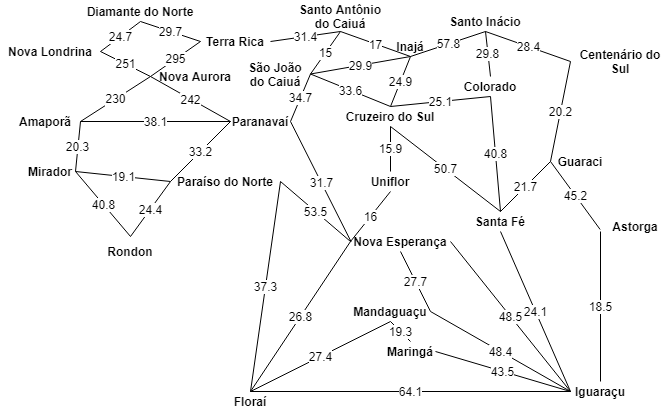
Before: Sistemas Inteligentes/Buscas heurísticas/map_weight.png, a diagram exported from draw.io (keikomori/CP-UTFPR). Source tidied: cells renumbered, new cells last; positions are measured from the earlier drawing's top-left corner, leaving out a move shared by most shapes.
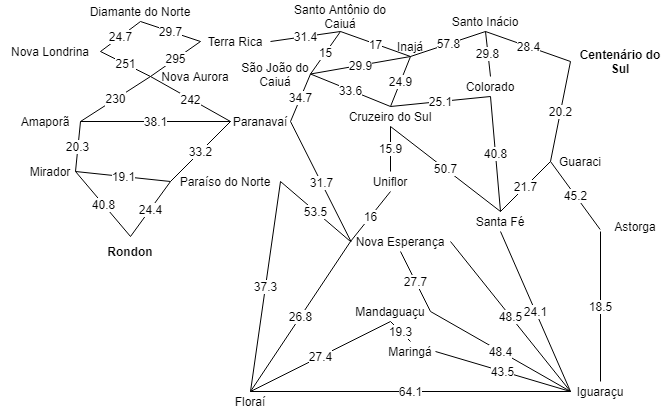
After the commit.

The edit, as a diff of the source:
```diff
@@ -2,79 +2,79 @@
   <root>
     <mxCell id="0" />
     <mxCell id="1" parent="0" />
-    <mxCell id="2" value="Diamante do Norte" style="text;html=1;strokeColor=none;fillColor=none;align=center;verticalAlign=middle;whiteSpace=wrap;rounded=0;strokeWidth=3;fontStyle=1;fontSize=12;" parent="1" vertex="1">
+    <mxCell id="2" value="Diamante do Norte" style="text;html=1;strokeColor=none;fillColor=none;align=center;verticalAlign=middle;whiteSpace=wrap;rounded=0;strokeWidth=3;fontStyle=0;fontSize=12;" parent="1" vertex="1">
       <mxGeometry x="80" width="120" height="20" as="geometry" />
     </mxCell>
-    <mxCell id="3" value="Nova Londrina" style="text;html=1;strokeColor=none;fillColor=none;align=center;verticalAlign=middle;whiteSpace=wrap;rounded=0;fontSize=12;fontStyle=1;" parent="1" vertex="1">
+    <mxCell id="3" value="Nova Londrina" style="text;html=1;strokeColor=none;fillColor=none;align=center;verticalAlign=middle;whiteSpace=wrap;rounded=0;fontSize=12;fontStyle=0;" parent="1" vertex="1">
       <mxGeometry y="40" width="100" height="20" as="geometry" />
     </mxCell>
-    <mxCell id="4" value="Terra Rica" style="text;html=1;strokeColor=none;fillColor=none;align=center;verticalAlign=middle;whiteSpace=wrap;rounded=0;fontSize=12;fontStyle=1;" parent="1" vertex="1">
+    <mxCell id="4" value="Terra Rica" style="text;html=1;strokeColor=none;fillColor=none;align=center;verticalAlign=middle;whiteSpace=wrap;rounded=0;fontSize=12;fontStyle=0;" parent="1" vertex="1">
       <mxGeometry x="200" y="30" width="70" height="20" as="geometry" />
     </mxCell>
-    <mxCell id="5" value="Nova Aurora" style="text;html=1;strokeColor=none;fillColor=none;align=center;verticalAlign=middle;whiteSpace=wrap;rounded=0;fontSize=12;fontStyle=1;" parent="1" vertex="1">
+    <mxCell id="5" value="Nova Aurora" style="text;html=1;strokeColor=none;fillColor=none;align=center;verticalAlign=middle;whiteSpace=wrap;rounded=0;fontSize=12;fontStyle=0;" parent="1" vertex="1">
       <mxGeometry x="150" y="65" width="90" height="20" as="geometry" />
     </mxCell>
-    <mxCell id="6" value="Amaporã" style="text;html=1;strokeColor=none;fillColor=none;align=center;verticalAlign=middle;whiteSpace=wrap;rounded=0;fontSize=12;fontStyle=1;" parent="1" vertex="1">
+    <mxCell id="6" value="Amaporã" style="text;html=1;strokeColor=none;fillColor=none;align=center;verticalAlign=middle;whiteSpace=wrap;rounded=0;fontSize=12;fontStyle=0;" parent="1" vertex="1">
       <mxGeometry x="10" y="110" width="70" height="20" as="geometry" />
     </mxCell>
-    <mxCell id="7" value="Mirador" style="text;html=1;strokeColor=none;fillColor=none;align=center;verticalAlign=middle;whiteSpace=wrap;rounded=0;fontSize=12;fontStyle=1;" parent="1" vertex="1">
+    <mxCell id="7" value="Mirador" style="text;html=1;strokeColor=none;fillColor=none;align=center;verticalAlign=middle;whiteSpace=wrap;rounded=0;fontSize=12;fontStyle=0;" parent="1" vertex="1">
       <mxGeometry x="25" y="160" width="50" height="20" as="geometry" />
     </mxCell>
     <mxCell id="8" value="Rondon" style="text;html=1;align=center;verticalAlign=middle;whiteSpace=wrap;rounded=0;fontSize=12;fontStyle=1;strokeWidth=3;" parent="1" vertex="1">
       <mxGeometry x="80" y="235" width="100" height="30" as="geometry" />
     </mxCell>
-    <mxCell id="9" value="Paraíso do Norte" style="text;html=1;strokeColor=none;fillColor=none;align=center;verticalAlign=middle;whiteSpace=wrap;rounded=0;fontSize=12;fontStyle=1;" parent="1" vertex="1">
+    <mxCell id="9" value="Paraíso do Norte" style="text;html=1;strokeColor=none;fillColor=none;align=center;verticalAlign=middle;whiteSpace=wrap;rounded=0;fontSize=12;fontStyle=0;" parent="1" vertex="1">
       <mxGeometry x="170" y="170" width="110" height="20" as="geometry" />
     </mxCell>
-    <mxCell id="10" value="Paranavaí" style="text;html=1;strokeColor=none;fillColor=none;align=center;verticalAlign=middle;whiteSpace=wrap;rounded=0;fontSize=12;fontStyle=1;" parent="1" vertex="1">
+    <mxCell id="10" value="Paranavaí" style="text;html=1;strokeColor=none;fillColor=none;align=center;verticalAlign=middle;whiteSpace=wrap;rounded=0;fontSize=12;fontStyle=0;" parent="1" vertex="1">
       <mxGeometry x="230" y="110" width="60" height="20" as="geometry" />
     </mxCell>
-    <mxCell id="11" value="São João do Caiuá" style="text;html=1;strokeColor=none;fillColor=none;align=center;verticalAlign=middle;whiteSpace=wrap;rounded=0;fontSize=12;fontStyle=1;" parent="1" vertex="1">
+    <mxCell id="11" value="São João do Caiuá" style="text;html=1;strokeColor=none;fillColor=none;align=center;verticalAlign=middle;whiteSpace=wrap;rounded=0;fontSize=12;fontStyle=0;" parent="1" vertex="1">
       <mxGeometry x="240" y="55" width="70" height="35" as="geometry" />
     </mxCell>
-    <mxCell id="12" value="Santo Antônio do Caiuá" style="text;html=1;strokeColor=none;fillColor=none;align=center;verticalAlign=middle;whiteSpace=wrap;rounded=0;fontSize=12;fontStyle=1;" parent="1" vertex="1">
+    <mxCell id="12" value="Santo Antônio do Caiuá" style="text;html=1;strokeColor=none;fillColor=none;align=center;verticalAlign=middle;whiteSpace=wrap;rounded=0;fontSize=12;fontStyle=0;" parent="1" vertex="1">
       <mxGeometry x="290" width="100" height="30" as="geometry" />
     </mxCell>
-    <mxCell id="13" value="Inajá" style="text;html=1;strokeColor=none;fillColor=none;align=center;verticalAlign=middle;whiteSpace=wrap;rounded=0;fontSize=12;fontStyle=1;" parent="1" vertex="1">
+    <mxCell id="13" value="Inajá" style="text;html=1;strokeColor=none;fillColor=none;align=center;verticalAlign=middle;whiteSpace=wrap;rounded=0;fontSize=12;fontStyle=0;" parent="1" vertex="1">
       <mxGeometry x="390" y="35" width="40" height="20" as="geometry" />
     </mxCell>
-    <mxCell id="14" value="Cruzeiro do Sul" style="text;html=1;strokeColor=none;fillColor=none;align=center;verticalAlign=middle;whiteSpace=wrap;rounded=0;fontSize=12;fontStyle=1;" parent="1" vertex="1">
+    <mxCell id="14" value="Cruzeiro do Sul" style="text;html=1;strokeColor=none;fillColor=none;align=center;verticalAlign=middle;whiteSpace=wrap;rounded=0;fontSize=12;fontStyle=0;" parent="1" vertex="1">
       <mxGeometry x="340" y="105" width="100" height="20" as="geometry" />
     </mxCell>
-    <mxCell id="15" value="Uniflor" style="text;html=1;strokeColor=none;fillColor=none;align=center;verticalAlign=middle;whiteSpace=wrap;rounded=0;fontSize=12;fontStyle=1;" parent="1" vertex="1">
+    <mxCell id="15" value="Uniflor" style="text;html=1;strokeColor=none;fillColor=none;align=center;verticalAlign=middle;whiteSpace=wrap;rounded=0;fontSize=12;fontStyle=0;" parent="1" vertex="1">
       <mxGeometry x="360" y="170" width="60" height="20" as="geometry" />
     </mxCell>
-    <mxCell id="16" value="Nova Esperança" style="text;html=1;strokeColor=none;fillColor=none;align=center;verticalAlign=middle;whiteSpace=wrap;rounded=0;fontSize=12;fontStyle=1;" parent="1" vertex="1">
+    <mxCell id="16" value="Nova Esperança" style="text;html=1;strokeColor=none;fillColor=none;align=center;verticalAlign=middle;whiteSpace=wrap;rounded=0;fontSize=12;fontStyle=0;" parent="1" vertex="1">
       <mxGeometry x="350" y="230" width="100" height="20" as="geometry" />
     </mxCell>
-    <mxCell id="17" value="Floraí" style="text;html=1;strokeColor=none;fillColor=none;align=center;verticalAlign=middle;whiteSpace=wrap;rounded=0;fontSize=12;fontStyle=1;" parent="1" vertex="1">
+    <mxCell id="17" value="Floraí" style="text;html=1;strokeColor=none;fillColor=none;align=center;verticalAlign=middle;whiteSpace=wrap;rounded=0;fontSize=12;fontStyle=0;" parent="1" vertex="1">
       <mxGeometry x="200" y="390" width="100" height="20" as="geometry" />
     </mxCell>
-    <mxCell id="18" value="Mandaguaçu" style="text;html=1;strokeColor=none;fillColor=none;align=center;verticalAlign=middle;whiteSpace=wrap;rounded=0;fontSize=12;fontStyle=1;" parent="1" vertex="1">
+    <mxCell id="18" value="Mandaguaçu" style="text;html=1;strokeColor=none;fillColor=none;align=center;verticalAlign=middle;whiteSpace=wrap;rounded=0;fontSize=12;fontStyle=0;" parent="1" vertex="1">
       <mxGeometry x="350" y="300" width="80" height="20" as="geometry" />
     </mxCell>
-    <mxCell id="19" value="Maringá" style="text;html=1;strokeColor=none;fillColor=none;align=center;verticalAlign=middle;whiteSpace=wrap;rounded=0;fontSize=12;fontStyle=1;" parent="1" vertex="1">
+    <mxCell id="19" value="Maringá" style="text;html=1;strokeColor=none;fillColor=none;align=center;verticalAlign=middle;whiteSpace=wrap;rounded=0;fontSize=12;fontStyle=0;" parent="1" vertex="1">
       <mxGeometry x="385" y="340" width="50" height="20" as="geometry" />
     </mxCell>
-    <mxCell id="20" value="Iguaraçu" style="text;html=1;strokeColor=none;fillColor=none;align=center;verticalAlign=middle;whiteSpace=wrap;rounded=0;fontSize=12;fontStyle=1;" parent="1" vertex="1">
+    <mxCell id="20" value="Iguaraçu" style="text;html=1;strokeColor=none;fillColor=none;align=center;verticalAlign=middle;whiteSpace=wrap;rounded=0;fontSize=12;fontStyle=0;" parent="1" vertex="1">
       <mxGeometry x="570" y="380" width="60" height="20" as="geometry" />
     </mxCell>
-    <mxCell id="21" value="Astorga" style="text;html=1;strokeColor=none;fillColor=none;align=center;verticalAlign=middle;whiteSpace=wrap;rounded=0;fontSize=12;fontStyle=1;" parent="1" vertex="1">
+    <mxCell id="21" value="Astorga" style="text;html=1;strokeColor=none;fillColor=none;align=center;verticalAlign=middle;whiteSpace=wrap;rounded=0;fontSize=12;fontStyle=0;" parent="1" vertex="1">
       <mxGeometry x="600" y="215" width="70" height="20" as="geometry" />
     </mxCell>
-    <mxCell id="22" value="Santa Fé" style="text;html=1;strokeColor=none;fillColor=none;align=center;verticalAlign=middle;whiteSpace=wrap;rounded=0;fontSize=12;fontStyle=1;" parent="1" vertex="1">
+    <mxCell id="22" value="Santa Fé" style="text;html=1;strokeColor=none;fillColor=none;align=center;verticalAlign=middle;whiteSpace=wrap;rounded=0;fontSize=12;fontStyle=0;" parent="1" vertex="1">
       <mxGeometry x="470" y="210" width="60" height="20" as="geometry" />
     </mxCell>
-    <mxCell id="23" value="Guaraci" style="text;html=1;strokeColor=none;fillColor=none;align=center;verticalAlign=middle;whiteSpace=wrap;rounded=0;fontSize=12;fontStyle=1;" parent="1" vertex="1">
+    <mxCell id="23" value="Guaraci" style="text;html=1;strokeColor=none;fillColor=none;align=center;verticalAlign=middle;whiteSpace=wrap;rounded=0;fontSize=12;fontStyle=0;" parent="1" vertex="1">
       <mxGeometry x="550" y="150" width="60" height="20" as="geometry" />
     </mxCell>
     <mxCell id="24" value="Centenário do Sul" style="text;html=1;align=center;verticalAlign=middle;whiteSpace=wrap;rounded=0;fontSize=12;fontStyle=1;strokeWidth=2;glass=0;shadow=0;sketch=0;" parent="1" vertex="1">
       <mxGeometry x="570" y="40" width="100" height="40" as="geometry" />
     </mxCell>
-    <mxCell id="25" value="Colorado" style="text;html=1;strokeColor=none;fillColor=none;align=center;verticalAlign=middle;whiteSpace=wrap;rounded=0;fontSize=12;fontStyle=1;" parent="1" vertex="1">
+    <mxCell id="25" value="Colorado" style="text;html=1;strokeColor=none;fillColor=none;align=center;verticalAlign=middle;whiteSpace=wrap;rounded=0;fontSize=12;fontStyle=0;" parent="1" vertex="1">
       <mxGeometry x="460" y="75" width="60" height="20" as="geometry" />
     </mxCell>
-    <mxCell id="26" value="Santo Inácio" style="text;html=1;strokeColor=none;fillColor=none;align=center;verticalAlign=middle;whiteSpace=wrap;rounded=0;fontSize=12;fontStyle=1;" parent="1" vertex="1">
+    <mxCell id="26" value="Santo Inácio" style="text;html=1;strokeColor=none;fillColor=none;align=center;verticalAlign=middle;whiteSpace=wrap;rounded=0;fontSize=12;fontStyle=0;" parent="1" vertex="1">
       <mxGeometry x="440" y="10" width="90" height="20" as="geometry" />
     </mxCell>
     <mxCell id="27" value="24.7" style="endArrow=none;html=1;fontSize=12;entryX=0.5;entryY=1;entryDx=0;entryDy=0;exitX=1;exitY=0.5;exitDx=0;exitDy=0;" parent="1" edge="1" source="3" target="2">
```
